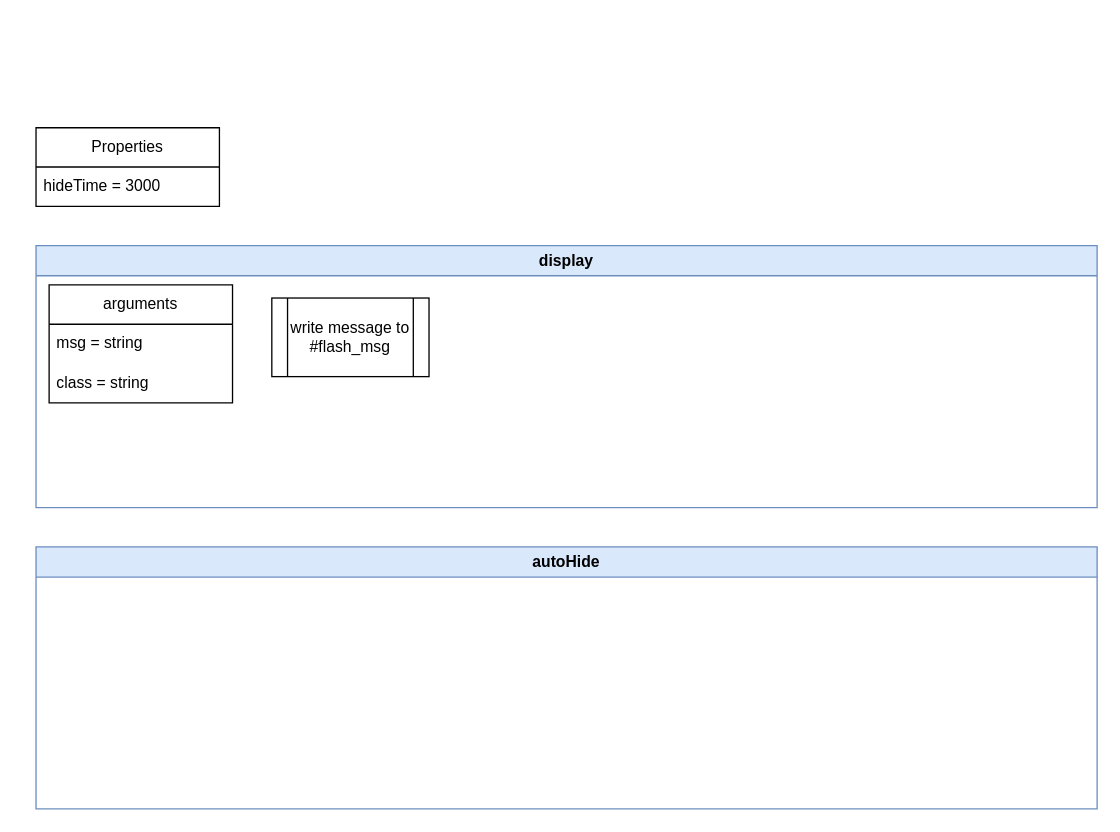
The draw.io diagram page "Flash modal" (9 of 10) of moc-char-db-infrastructure.drawio in JS-Produksiyon/moc-character-db, before the edit. Source tidied: cells renumbered, new cells numbered last; positions are measured from the earlier drawing's top-left corner, leaving out a move shared by most shapes. Both pictures are drawn from the tidied source at 131%, with x=0, y=0 at pixel (35, 127).
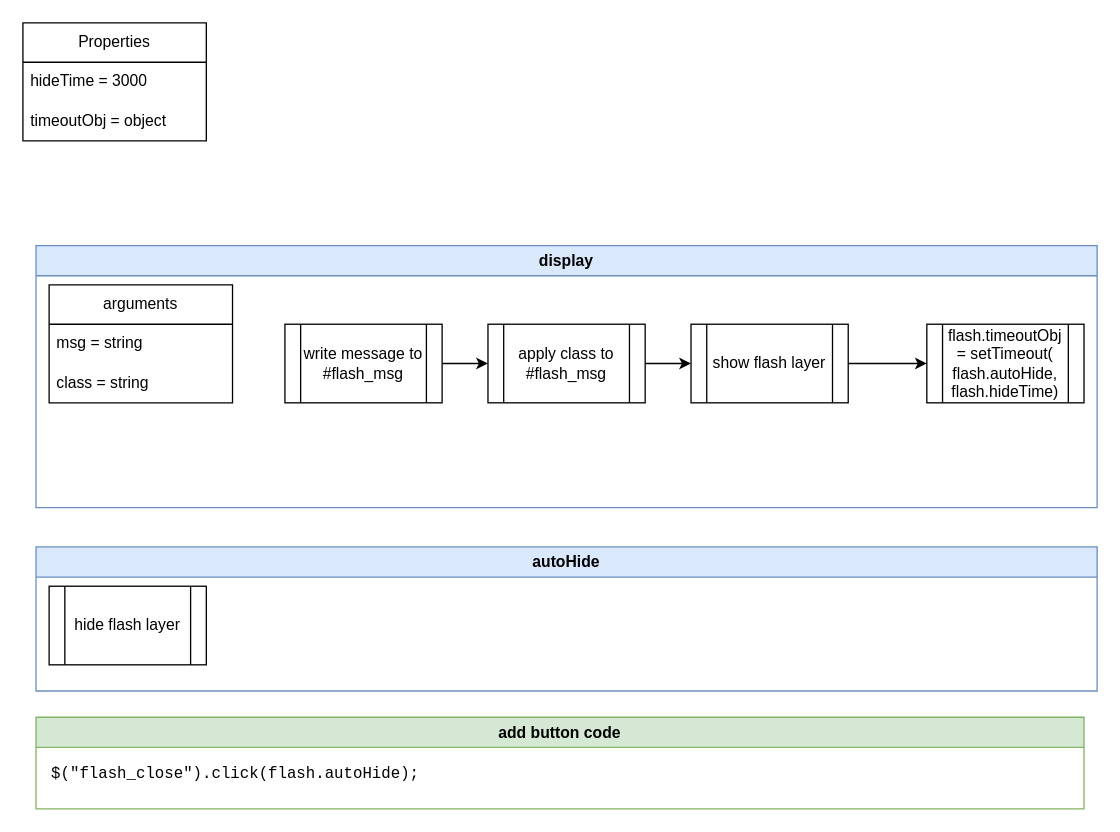
The same page after the edit.

Change to the diagram source:
```diff
@@
 <mxGraphModel>
   <root>
     <mxCell id="0" />
     <mxCell id="1" parent="0" />
     <mxCell id="2" value="display" style="swimlane;whiteSpace=wrap;html=1;startSize=23;fillColor=#dae8fc;strokeColor=#6c8ebf;" parent="1" vertex="1">
       <mxGeometry y="90" width="810" height="200" as="geometry" />
     </mxCell>
     <mxCell id="3" value="arguments" style="swimlane;fontStyle=0;horizontal=1;startSize=30;whiteSpace=wrap;html=1;" parent="2" vertex="1">
       <mxGeometry x="10" y="30" width="140" height="90" as="geometry" />
     </mxCell>
     <mxCell id="4" value="msg = string" style="text;strokeColor=none;fillColor=none;align=left;verticalAlign=middle;spacingLeft=4;spacingRight=4;overflow=hidden;whiteSpace=wrap;html=1;" parent="3" vertex="1">
       <mxGeometry y="30" width="140" height="30" as="geometry" />
     </mxCell>
     <mxCell id="5" value="class = string" style="text;strokeColor=none;fillColor=none;align=left;verticalAlign=middle;spacingLeft=4;spacingRight=4;overflow=hidden;whiteSpace=wrap;html=1;" parent="3" vertex="1">
       <mxGeometry y="60" width="140" height="30" as="geometry" />
     </mxCell>
+    <mxCell id="10" style="edgeStyle=orthogonalEdgeStyle;rounded=0;jettySize=auto;html=1;" parent="2" edge="1" source="6" target="12">
+      <mxGeometry relative="1" as="geometry" />
+    </mxCell>
     <mxCell id="6" value="write message to #flash_msg" style="shape=process;whiteSpace=wrap;html=1;backgroundOutline=1;" parent="2" vertex="1">
-      <mxGeometry x="180" y="40" width="120" height="60" as="geometry" />
+      <mxGeometry x="190" y="60" width="120" height="60" as="geometry" />
     </mxCell>
+    <mxCell id="11" style="edgeStyle=orthogonalEdgeStyle;rounded=0;jettySize=auto;html=1;" parent="2" edge="1" source="12" target="14">
+      <mxGeometry relative="1" as="geometry" />
+    </mxCell>
+    <mxCell id="12" value="apply class to #flash_msg" style="shape=process;whiteSpace=wrap;html=1;backgroundOutline=1;" parent="2" vertex="1">
+      <mxGeometry x="345" y="60" width="120" height="60" as="geometry" />
+    </mxCell>
+    <mxCell id="13" style="edgeStyle=orthogonalEdgeStyle;rounded=0;jettySize=auto;html=1;" parent="2" edge="1" source="14" target="15">
+      <mxGeometry relative="1" as="geometry" />
+    </mxCell>
+    <mxCell id="14" value="show flash layer" style="shape=process;whiteSpace=wrap;html=1;backgroundOutline=1;" parent="2" vertex="1">
+      <mxGeometry x="500" y="60" width="120" height="60" as="geometry" />
+    </mxCell>
+    <mxCell id="15" value="flash.timeoutObj = setTimeout(&lt;br&gt;flash.autoHide, flash.hideTime)" style="shape=process;whiteSpace=wrap;html=1;backgroundOutline=1;" parent="2" vertex="1">
+      <mxGeometry x="680" y="60" width="120" height="60" as="geometry" />
+    </mxCell>
     <mxCell id="7" value="autoHide" style="swimlane;whiteSpace=wrap;html=1;fillColor=#dae8fc;strokeColor=#6c8ebf;" parent="1" vertex="1">
-      <mxGeometry y="320" width="810" height="200" as="geometry" />
+      <mxGeometry y="320" width="810" height="110" as="geometry" />
     </mxCell>
+    <mxCell id="16" value="hide flash layer" style="shape=process;whiteSpace=wrap;html=1;backgroundOutline=1;" parent="7" vertex="1">
+      <mxGeometry x="10" y="30" width="120" height="60" as="geometry" />
+    </mxCell>
     <mxCell id="8" value="Properties" style="swimlane;fontStyle=0;horizontal=1;startSize=30;whiteSpace=wrap;html=1;" parent="1" vertex="1">
-      <mxGeometry width="140" height="60" as="geometry" />
+      <mxGeometry x="-10" y="-80" width="140" height="90" as="geometry" />
     </mxCell>
     <mxCell id="9" value="hideTime = 3000" style="text;strokeColor=none;fillColor=none;align=left;verticalAlign=middle;spacingLeft=4;spacingRight=4;overflow=hidden;whiteSpace=wrap;html=1;" parent="8" vertex="1">
       <mxGeometry y="30" width="140" height="30" as="geometry" />
     </mxCell>
+    <mxCell id="17" value="timeoutObj = object" style="text;strokeColor=none;fillColor=none;align=left;verticalAlign=middle;spacingLeft=4;spacingRight=4;overflow=hidden;whiteSpace=wrap;html=1;" parent="8" vertex="1">
+      <mxGeometry y="60" width="140" height="30" as="geometry" />
+    </mxCell>
+    <mxCell id="18" value="add button code" style="swimlane;whiteSpace=wrap;html=1;fillColor=#d5e8d4;strokeColor=#82b366;" parent="1" vertex="1">
+      <mxGeometry y="450" width="800" height="70" as="geometry" />
+    </mxCell>
+    <mxCell id="19" value="&lt;pre style=&quot;margin-top: 0px;&quot;&gt;$(&quot;flash_close&quot;).click(flash.autoHide);&lt;/pre&gt;" style="text;html=1;whiteSpace=wrap;overflow=hidden;rounded=0;" parent="18" vertex="1">
+      <mxGeometry x="10" y="30" width="780" height="30" as="geometry" />
+    </mxCell>
   </root>
 </mxGraphModel>
```
